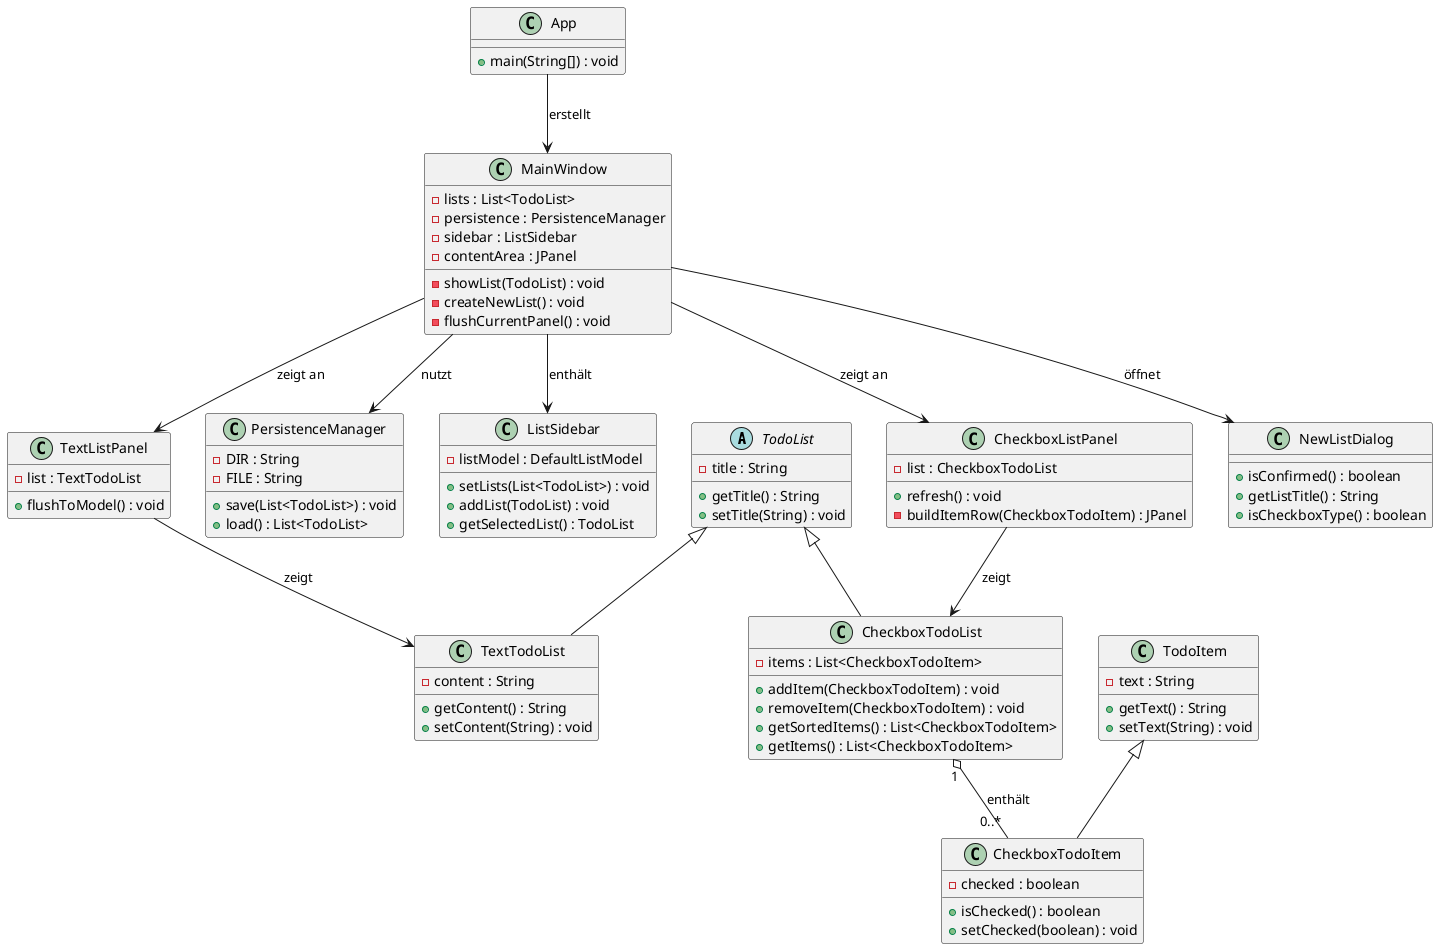
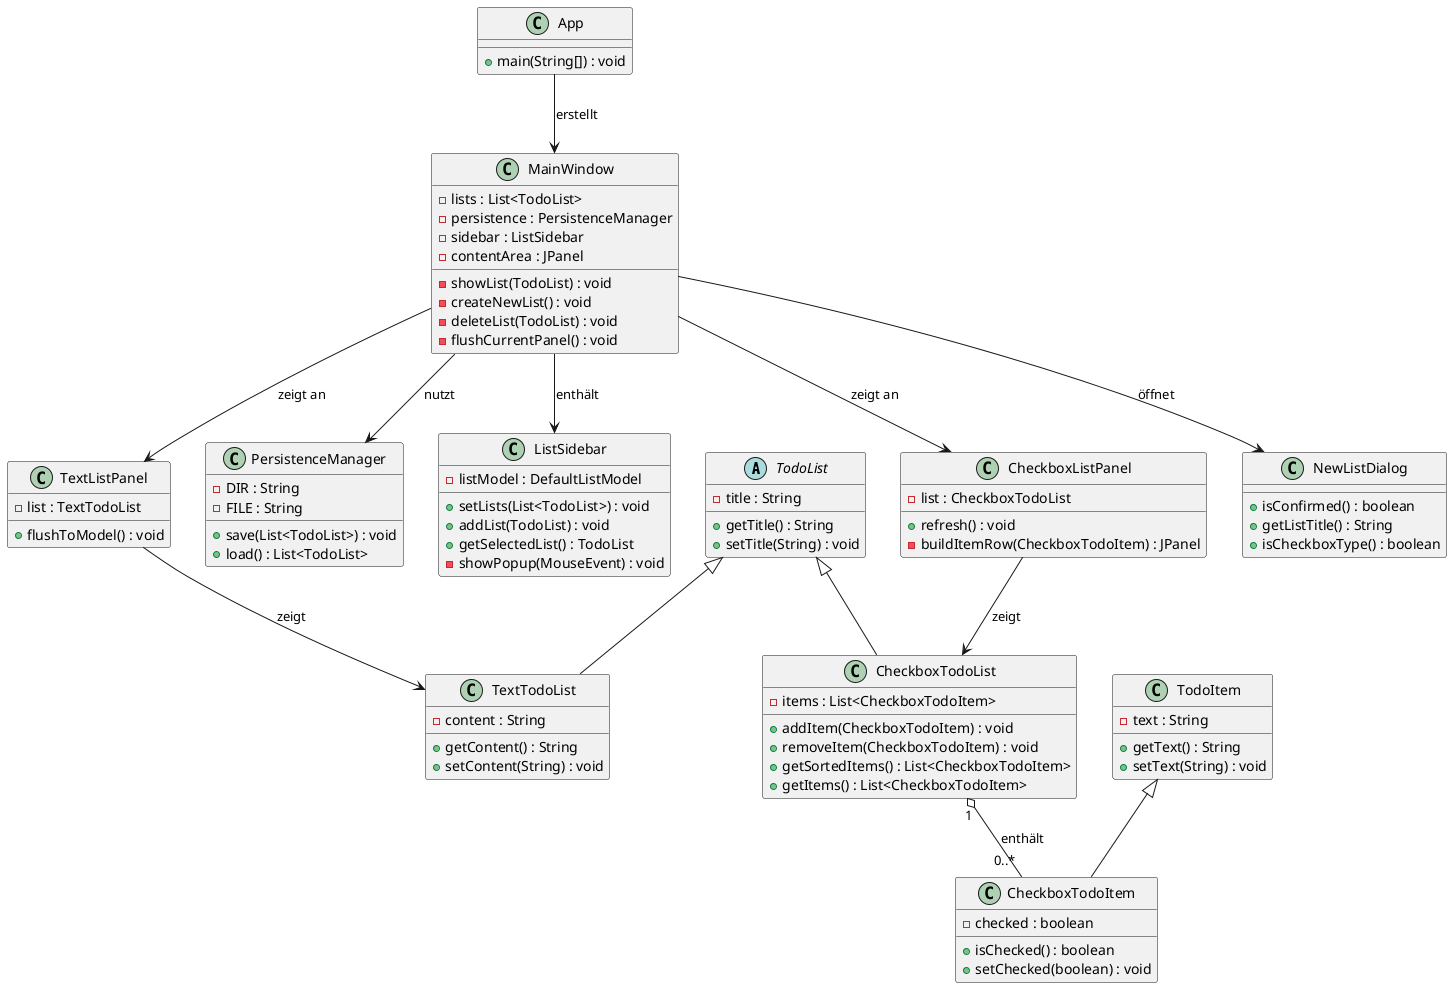
@startuml TodoApp

' Modell-Schicht
abstract class TodoList {
    - title : String
    + getTitle() : String
    + setTitle(String) : void
}

class TextTodoList {
    - content : String
    + getContent() : String
    + setContent(String) : void
}

class CheckboxTodoList {
    - items : List<CheckboxTodoItem>
    + addItem(CheckboxTodoItem) : void
    + removeItem(CheckboxTodoItem) : void
    + getSortedItems() : List<CheckboxTodoItem>
    + getItems() : List<CheckboxTodoItem>
}

class TodoItem {
    - text : String
    + getText() : String
    + setText(String) : void
}

class CheckboxTodoItem {
    - checked : boolean
    + isChecked() : boolean
    + setChecked(boolean) : void
}

' Vererbung Modell
TodoList <|-- TextTodoList
TodoList <|-- CheckboxTodoList
TodoItem <|-- CheckboxTodoItem

' Assoziation
CheckboxTodoList "1" o-- "0..*" CheckboxTodoItem : enthält

' Persistenz
class PersistenceManager {
    - DIR : String
    - FILE : String
    + save(List<TodoList>) : void
    + load() : List<TodoList>
}

' UI-Schicht
class App {
    + main(String[]) : void
}

class MainWindow {
    - lists : List<TodoList>
    - persistence : PersistenceManager
    - sidebar : ListSidebar
    - contentArea : JPanel
    - showList(TodoList) : void
    - createNewList() : void
+     - deleteList(TodoList) : void
    - flushCurrentPanel() : void
}

class ListSidebar {
    - listModel : DefaultListModel
    + setLists(List<TodoList>) : void
    + addList(TodoList) : void
    + getSelectedList() : TodoList
+     - showPopup(MouseEvent) : void
}

class TextListPanel {
    - list : TextTodoList
    + flushToModel() : void
}

class CheckboxListPanel {
    - list : CheckboxTodoList
    + refresh() : void
    - buildItemRow(CheckboxTodoItem) : JPanel
}

class NewListDialog {
    + isConfirmed() : boolean
    + getListTitle() : String
    + isCheckboxType() : boolean
}

' Beziehungen UI
App --> MainWindow : erstellt
MainWindow --> ListSidebar : enthält
MainWindow --> PersistenceManager : nutzt
MainWindow --> TextListPanel : zeigt an
MainWindow --> CheckboxListPanel : zeigt an
MainWindow --> NewListDialog : öffnet
TextListPanel --> TextTodoList : zeigt
CheckboxListPanel --> CheckboxTodoList : zeigt

@enduml
